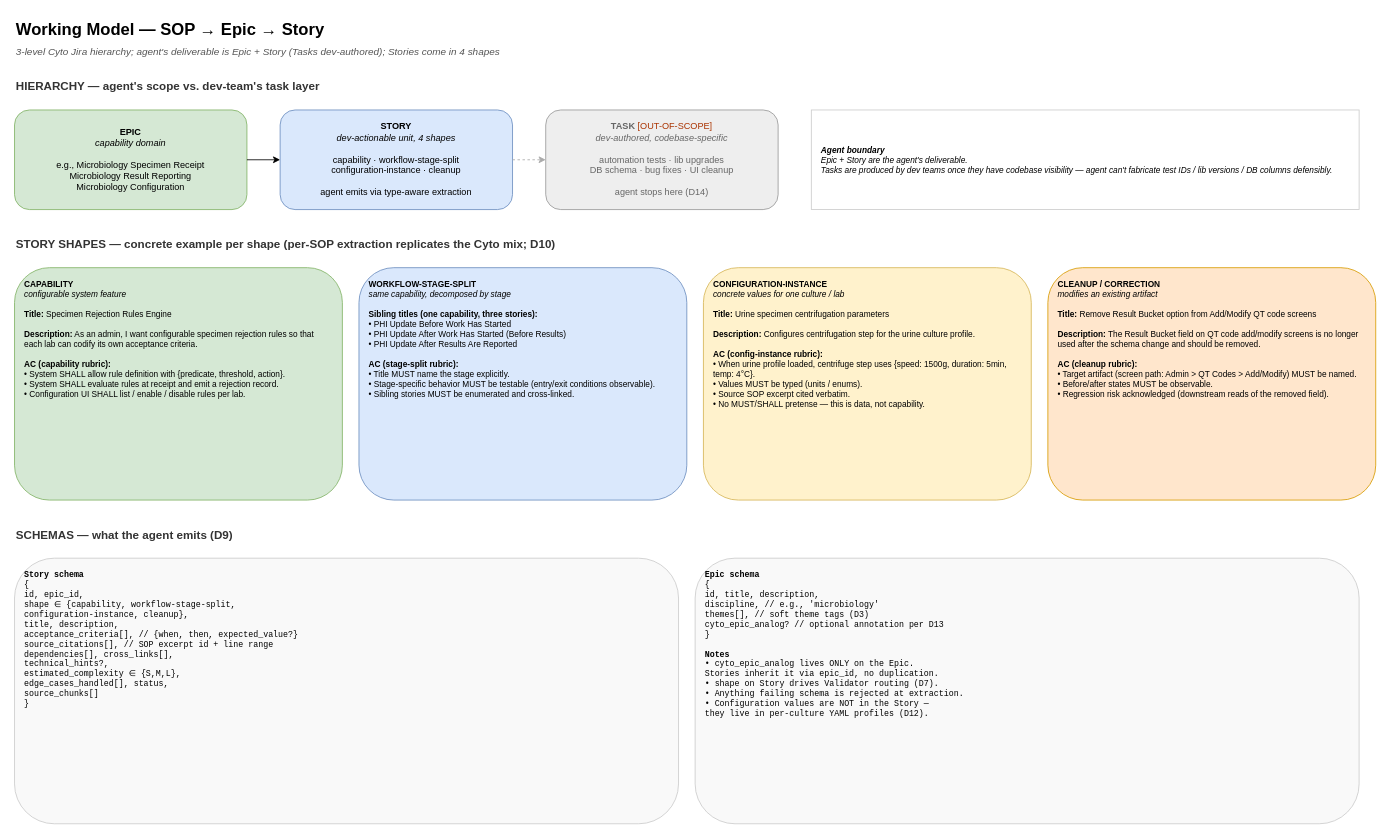
Before: page "Working Model" (1 of 13) of microbio_lims_architecture_v32.drawio in Rajneesh-Tiwari/LabReq_agent, a draw.io diagram. Source tidied: cells renumbered, new cells numbered last; positions are measured from the earlier drawing's top-left corner, leaving out a move shared by most shapes. Both pictures are drawn from the tidied source at 83%, with x=0, y=0 at pixel (14, 14).
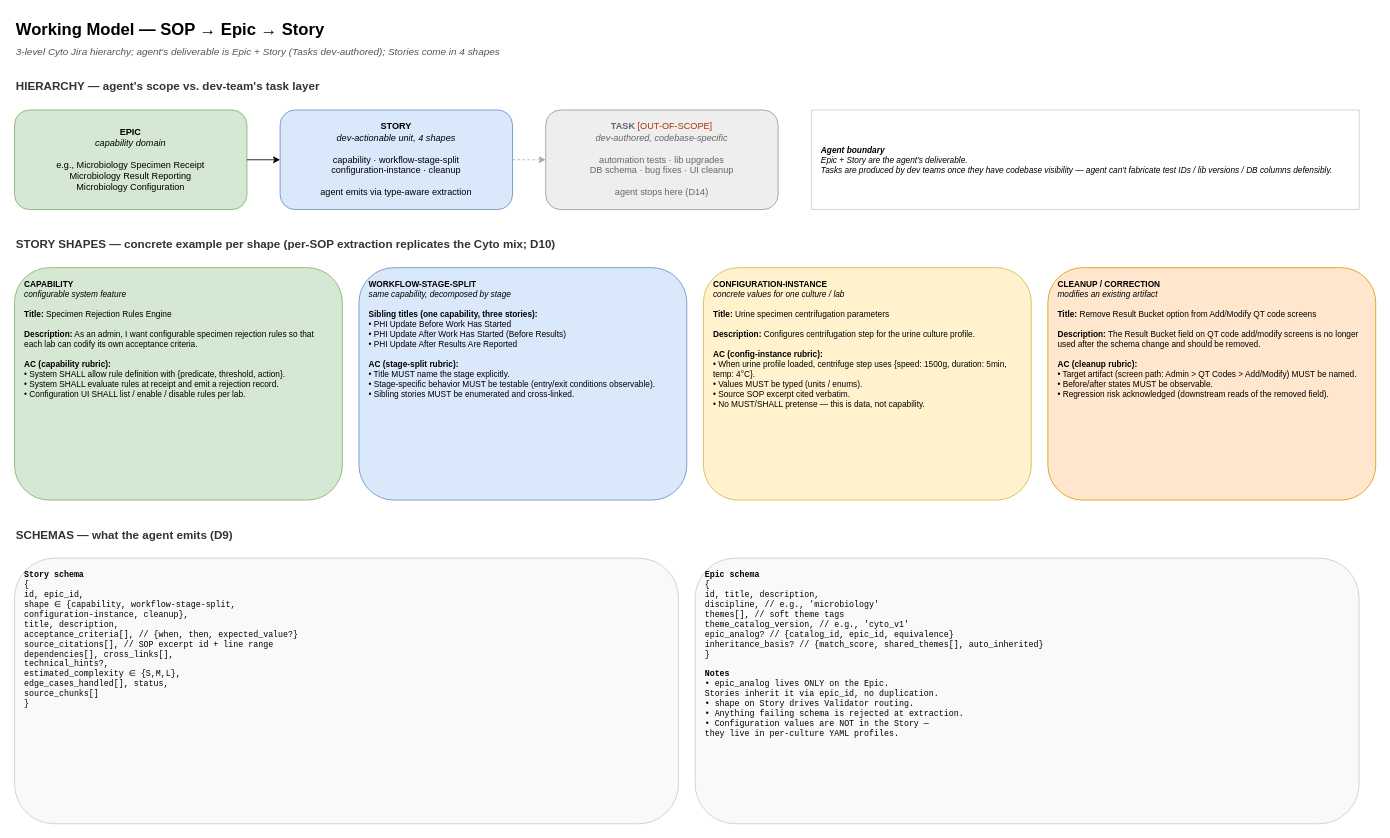
The same page after the edit.

Commit message (it also covers changes not shown here):
QC pass on v3.2-only deliverables: 14 fixes (drawio 7, docx 7)

What changed in the source:
```diff
@@
 <mxGraphModel>
   <root>
     <mxCell id="0" />
     <mxCell id="1" parent="0" />
     <mxCell id="2" value="Working Model — SOP → Epic → Story" style="text;html=1;strokeColor=none;fillColor=none;align=left;verticalAlign=middle;whiteSpace=wrap;rounded=0;fontSize=20;fontStyle=1;" parent="1" vertex="1">
       <mxGeometry width="900" height="34" as="geometry" />
     </mxCell>
     <mxCell id="3" value="3-level Cyto Jira hierarchy; agent's deliverable is Epic + Story (Tasks dev-authored); Stories come in 4 shapes" style="text;html=1;strokeColor=none;fillColor=none;align=left;verticalAlign=middle;whiteSpace=wrap;rounded=0;fontSize=12;fontStyle=2;fontColor=#555555;" parent="1" vertex="1">
       <mxGeometry y="35" width="1300" height="20" as="geometry" />
     </mxCell>
     <mxCell id="4" value="HIERARCHY — agent's scope vs. dev-team's task layer" style="text;html=1;strokeColor=none;fillColor=none;align=left;verticalAlign=middle;whiteSpace=wrap;rounded=0;fontSize=14;fontStyle=1;fontColor=#333333;" parent="1" vertex="1">
       <mxGeometry y="75" width="900" height="24" as="geometry" />
     </mxCell>
     <mxCell id="5" value="&lt;b&gt;EPIC&lt;/b&gt;&#10;&lt;i&gt;capability domain&lt;/i&gt;&#10;&#10;e.g., Microbiology Specimen Receipt&#10;Microbiology Result Reporting&#10;Microbiology Configuration" style="rounded=1;whiteSpace=wrap;html=1;fillColor=#d5e8d4;strokeColor=#82b366;fontSize=11;align=center;verticalAlign=middle;spacingLeft=10;spacingRight=10;" parent="1" vertex="1">
       <mxGeometry y="115" width="280" height="120" as="geometry" />
     </mxCell>
     <mxCell id="6" value="&lt;b&gt;STORY&lt;/b&gt;&#10;&lt;i&gt;dev-actionable unit, 4 shapes&lt;/i&gt;&#10;&#10;capability · workflow-stage-split&#10;configuration-instance · cleanup&#10;&#10;agent emits via type-aware extraction" style="rounded=1;whiteSpace=wrap;html=1;fillColor=#dae8fc;strokeColor=#6c8ebf;fontSize=11;align=center;verticalAlign=middle;spacingLeft=10;spacingRight=10;" parent="1" vertex="1">
       <mxGeometry x="320" y="115" width="280" height="120" as="geometry" />
     </mxCell>
     <mxCell id="7" value="&lt;b&gt;TASK&lt;/b&gt; &lt;font color=&quot;#aa3300&quot;&gt;[OUT-OF-SCOPE]&lt;/font&gt;&#10;&lt;i&gt;dev-authored, codebase-specific&lt;/i&gt;&#10;&#10;automation tests · lib upgrades&#10;DB schema · bug fixes · UI cleanup&#10;&#10;agent stops here (D14)" style="rounded=1;whiteSpace=wrap;html=1;fillColor=#eeeeee;strokeColor=#999999;fontSize=11;align=center;verticalAlign=middle;spacingLeft=10;spacingRight=10;fontColor=#666666;" parent="1" vertex="1">
       <mxGeometry x="640" y="115" width="280" height="120" as="geometry" />
     </mxCell>
     <mxCell id="8" style="edgeStyle=orthogonalEdgeStyle;rounded=0;jettySize=auto;html=1;exitX=1;exitY=0.5;exitDx=0;exitDy=0;entryX=0;entryY=0.5;entryDx=0;entryDy=0;endArrow=classic;endFill=1;" parent="1" edge="1" source="5" target="6">
       <mxGeometry relative="1" as="geometry" />
     </mxCell>
     <mxCell id="9" style="edgeStyle=orthogonalEdgeStyle;rounded=0;jettySize=auto;html=1;exitX=1;exitY=0.5;exitDx=0;exitDy=0;entryX=0;entryY=0.5;entryDx=0;entryDy=0;endArrow=classic;endFill=1;dashed=1;strokeColor=#aaaaaa;" parent="1" edge="1" source="6" target="7">
       <mxGeometry relative="1" as="geometry" />
     </mxCell>
     <mxCell id="10" value="&lt;b&gt;Agent boundary&lt;/b&gt;&#10;Epic + Story are the agent's deliverable.&#10;Tasks are produced by dev teams once they have codebase visibility — agent can't fabricate test IDs / lib versions / DB columns defensibly." style="rounded=0;whiteSpace=wrap;html=1;fillColor=#ffffff;strokeColor=#cccccc;fontSize=10;align=left;verticalAlign=middle;fontStyle=2;spacingLeft=10;spacingRight=10;" parent="1" vertex="1">
       <mxGeometry x="960" y="115" width="660" height="120" as="geometry" />
     </mxCell>
     <mxCell id="11" value="STORY SHAPES — concrete example per shape (per-SOP extraction replicates the Cyto mix; D10)" style="text;html=1;strokeColor=none;fillColor=none;align=left;verticalAlign=middle;whiteSpace=wrap;rounded=0;fontSize=14;fontStyle=1;fontColor=#333333;" parent="1" vertex="1">
       <mxGeometry y="265" width="1300" height="24" as="geometry" />
     </mxCell>
     <mxCell id="12" value="&lt;b&gt;CAPABILITY&lt;/b&gt;&#10;&lt;i&gt;configurable system feature&lt;/i&gt;&#10;&#10;&lt;b&gt;Title:&lt;/b&gt; Specimen Rejection Rules Engine&#10;&#10;&lt;b&gt;Description:&lt;/b&gt; As an admin, I want configurable specimen rejection rules so that each lab can codify its own acceptance criteria.&#10;&#10;&lt;b&gt;AC (capability rubric):&lt;/b&gt;&#10;• System SHALL allow rule definition with {predicate, threshold, action}.&#10;• System SHALL evaluate rules at receipt and emit a rejection record.&#10;• Configuration UI SHALL list / enable / disable rules per lab." style="rounded=1;whiteSpace=wrap;html=1;fillColor=#d5e8d4;strokeColor=#82b366;fontSize=10;align=left;verticalAlign=top;spacingLeft=10;spacingTop=8;spacingRight=10;" parent="1" vertex="1">
       <mxGeometry y="305" width="395" height="280" as="geometry" />
     </mxCell>
     <mxCell id="13" value="&lt;b&gt;WORKFLOW-STAGE-SPLIT&lt;/b&gt;&#10;&lt;i&gt;same capability, decomposed by stage&lt;/i&gt;&#10;&#10;&lt;b&gt;Sibling titles (one capability, three stories):&lt;/b&gt;&#10;• PHI Update Before Work Has Started&#10;• PHI Update After Work Has Started (Before Results)&#10;• PHI Update After Results Are Reported&#10;&#10;&lt;b&gt;AC (stage-split rubric):&lt;/b&gt;&#10;• Title MUST name the stage explicitly.&#10;• Stage-specific behavior MUST be testable (entry/exit conditions observable).&#10;• Sibling stories MUST be enumerated and cross-linked." style="rounded=1;whiteSpace=wrap;html=1;fillColor=#dae8fc;strokeColor=#6c8ebf;fontSize=10;align=left;verticalAlign=top;spacingLeft=10;spacingTop=8;spacingRight=10;" parent="1" vertex="1">
       <mxGeometry x="415" y="305" width="395" height="280" as="geometry" />
     </mxCell>
     <mxCell id="14" value="&lt;b&gt;CONFIGURATION-INSTANCE&lt;/b&gt;&#10;&lt;i&gt;concrete values for one culture / lab&lt;/i&gt;&#10;&#10;&lt;b&gt;Title:&lt;/b&gt; Urine specimen centrifugation parameters&#10;&#10;&lt;b&gt;Description:&lt;/b&gt; Configures centrifugation step for the urine culture profile.&#10;&#10;&lt;b&gt;AC (config-instance rubric):&lt;/b&gt;&#10;• When urine profile loaded, centrifuge step uses {speed: 1500g, duration: 5min, temp: 4°C}.&#10;• Values MUST be typed (units / enums).&#10;• Source SOP excerpt cited verbatim.&#10;• No MUST/SHALL pretense — this is data, not capability." style="rounded=1;whiteSpace=wrap;html=1;fillColor=#fff2cc;strokeColor=#d6b656;fontSize=10;align=left;verticalAlign=top;spacingLeft=10;spacingTop=8;spacingRight=10;" parent="1" vertex="1">
       <mxGeometry x="830" y="305" width="395" height="280" as="geometry" />
     </mxCell>
     <mxCell id="15" value="&lt;b&gt;CLEANUP / CORRECTION&lt;/b&gt;&#10;&lt;i&gt;modifies an existing artifact&lt;/i&gt;&#10;&#10;&lt;b&gt;Title:&lt;/b&gt; Remove Result Bucket option from Add/Modify QT code screens&#10;&#10;&lt;b&gt;Description:&lt;/b&gt; The Result Bucket field on QT code add/modify screens is no longer used after the schema change and should be removed.&#10;&#10;&lt;b&gt;AC (cleanup rubric):&lt;/b&gt;&#10;• Target artifact (screen path: Admin &gt; QT Codes &gt; Add/Modify) MUST be named.&#10;• Before/after states MUST be observable.&#10;• Regression risk acknowledged (downstream reads of the removed field)." style="rounded=1;whiteSpace=wrap;html=1;fillColor=#ffe6cc;strokeColor=#d79b00;fontSize=10;align=left;verticalAlign=top;spacingLeft=10;spacingTop=8;spacingRight=10;" parent="1" vertex="1">
       <mxGeometry x="1245" y="305" width="395" height="280" as="geometry" />
     </mxCell>
     <mxCell id="16" value="SCHEMAS — what the agent emits (D9)" style="text;html=1;strokeColor=none;fillColor=none;align=left;verticalAlign=middle;whiteSpace=wrap;rounded=0;fontSize=14;fontStyle=1;fontColor=#333333;" parent="1" vertex="1">
       <mxGeometry y="615" width="1200" height="24" as="geometry" />
     </mxCell>
     <mxCell id="17" value="&lt;b&gt;Story schema&lt;/b&gt;&#10;{&#10;  id, epic_id,&#10;  shape ∈ {capability, workflow-stage-split,&#10;           configuration-instance, cleanup},&#10;  title, description,&#10;  acceptance_criteria[],   // {when, then, expected_value?}&#10;  source_citations[],      // SOP excerpt id + line range&#10;  dependencies[], cross_links[],&#10;  technical_hints?,&#10;  estimated_complexity ∈ {S,M,L},&#10;  edge_cases_handled[], status,&#10;  source_chunks[]&#10;}" style="rounded=1;whiteSpace=wrap;html=1;fillColor=#f9f9f9;strokeColor=#cccccc;fontSize=10;align=left;verticalAlign=top;spacingLeft=10;spacingTop=8;spacingRight=10;fontFamily=Courier New;" parent="1" vertex="1">
       <mxGeometry y="655" width="800" height="320" as="geometry" />
     </mxCell>
-    <mxCell id="18" value="&lt;b&gt;Epic schema&lt;/b&gt;&#10;{&#10;  id, title, description,&#10;  discipline,                  // e.g., 'microbiology'&#10;  themes[],                    // soft theme tags (D3)&#10;  cyto_epic_analog?            // optional annotation per D13&#10;}&#10;&#10;&lt;b&gt;Notes&lt;/b&gt;&#10;• cyto_epic_analog lives ONLY on the Epic.&#10;  Stories inherit it via epic_id, no duplication.&#10;• shape on Story drives Validator routing (D7).&#10;• Anything failing schema is rejected at extraction.&#10;• Configuration values are NOT in the Story —&#10;  they live in per-culture YAML profiles (D12)." style="rounded=1;whiteSpace=wrap;html=1;fillColor=#f9f9f9;strokeColor=#cccccc;fontSize=10;align=left;verticalAlign=top;spacingLeft=10;spacingTop=8;spacingRight=10;fontFamily=Courier New;" parent="1" vertex="1">
+    <mxCell id="18" value="&lt;b&gt;Epic schema&lt;/b&gt;&#10;{&#10;  id, title, description,&#10;  discipline,                  // e.g., 'microbiology'&#10;  themes[],                    // soft theme tags&#10;  theme_catalog_version,       // e.g., 'cyto_v1'&#10;  epic_analog?                 // {catalog_id, epic_id, equivalence}&#10;  inheritance_basis?           // {match_score, shared_themes[], auto_inherited}&#10;}&#10;&#10;&lt;b&gt;Notes&lt;/b&gt;&#10;• epic_analog lives ONLY on the Epic.&#10;  Stories inherit it via epic_id, no duplication.&#10;• shape on Story drives Validator routing.&#10;• Anything failing schema is rejected at extraction.&#10;• Configuration values are NOT in the Story —&#10;  they live in per-culture YAML profiles." style="rounded=1;whiteSpace=wrap;html=1;fillColor=#f9f9f9;strokeColor=#cccccc;fontSize=10;align=left;verticalAlign=top;spacingLeft=10;spacingTop=8;spacingRight=10;fontFamily=Courier New;" parent="1" vertex="1">
       <mxGeometry x="820" y="655" width="800" height="320" as="geometry" />
     </mxCell>
   </root>
 </mxGraphModel>
```
